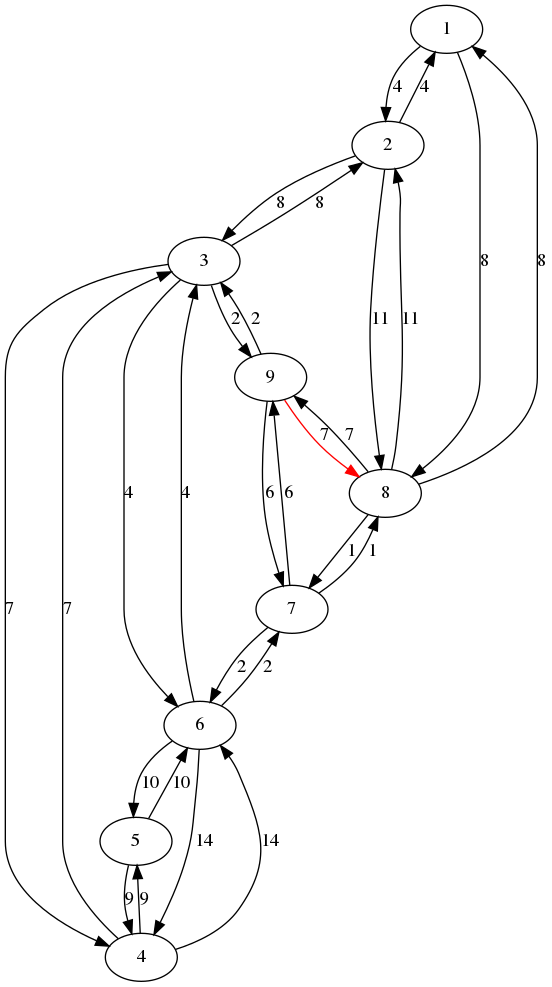
This is lab_07/graph.dot.png from mRrvz/bmstu-tads, a Graphviz export, as it was before one commit. Its source is kept beside it as lab_07/graph.dot.
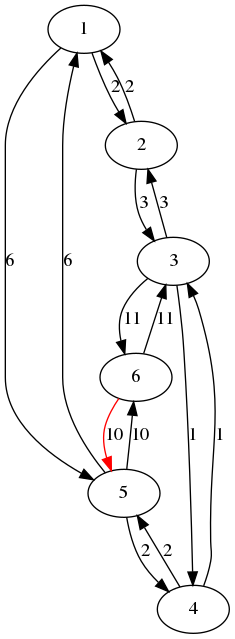
The same file after the commit.

Change to the diagram source:
```diff
@@ -1,30 +1,16 @@
 digraph g{
-	1 -> 2 [label=4]
-	1 -> 8 [label=8]
-	2 -> 1 [label=4]
-	2 -> 3 [label=8]
-	2 -> 8 [label=11]
-	3 -> 2 [label=8]
-	3 -> 4 [label=7]
-	3 -> 6 [label=4]
-	3 -> 9 [label=2]
-	4 -> 3 [label=7]
-	4 -> 5 [label=9]
-	4 -> 6 [label=14]
-	5 -> 4 [label=9]
+	1 -> 2 [label=2]
+	1 -> 5 [label=6]
+	2 -> 1 [label=2]
+	2 -> 3 [label=3]
+	3 -> 2 [label=3]
+	3 -> 4 [label=1]
+	3 -> 6 [label=11]
+	4 -> 3 [label=1]
+	4 -> 5 [label=2]
+	5 -> 1 [label=6]
+	5 -> 4 [label=2]
 	5 -> 6 [label=10]
-	6 -> 3 [label=4]
-	6 -> 4 [label=14]
-	6 -> 5 [label=10]
-	6 -> 7 [label=2]
-	7 -> 6 [label=2]
-	7 -> 8 [label=1]
-	7 -> 9 [label=6]
-	8 -> 1 [label=8]
-	8 -> 2 [label=11]
-	8 -> 7 [label=1]
-	8 -> 9 [label=7]
-	9 -> 3 [label=2]
-	9 -> 7 [label=6]
-	9 -> 8 [label=7][color="red"]
+	6 -> 3 [label=11]
+	6 -> 5 [label=10][color="red"]
 }
```
